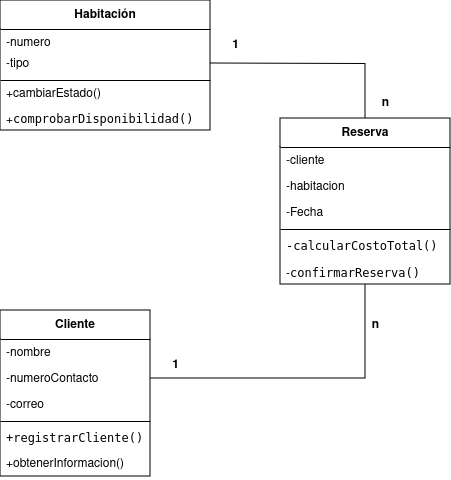
Above: HabitacionHotel.png in gian700/diagrama-de-clases (draw.io), before the change. Source tidied: cells renumbered, new cells last; positions are measured from the earlier drawing's top-left corner, leaving out a move shared by most shapes.
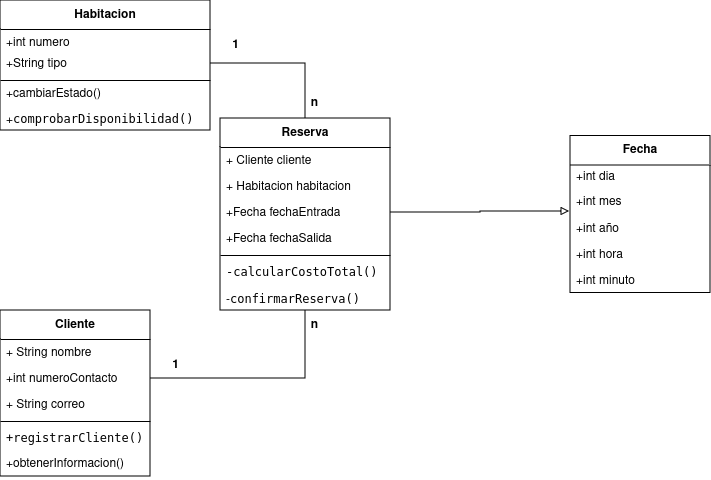
The same file after the commit.

Diff of the diagram source:
```diff
@@ -2,13 +2,13 @@
   <root>
     <mxCell id="0" />
     <mxCell id="1" parent="0" />
-    <mxCell id="2" value="Habitación" style="swimlane;fontStyle=1;align=center;verticalAlign=middle;horizontal=1;startSize=29;html=1;whiteSpace=wrap;" parent="1" vertex="1">
+    <mxCell id="2" value="Habitacion" style="swimlane;fontStyle=1;align=center;verticalAlign=middle;horizontal=1;startSize=29;html=1;whiteSpace=wrap;" parent="1" vertex="1">
       <mxGeometry width="210" height="130" as="geometry" />
     </mxCell>
-    <mxCell id="3" value="&lt;div&gt;-numero&lt;/div&gt;" style="text;strokeColor=none;fillColor=none;align=left;verticalAlign=top;spacingLeft=4;spacingRight=4;overflow=hidden;whiteSpace=wrap;html=1;" parent="2" vertex="1">
+    <mxCell id="3" value="&lt;div&gt;+int numero&lt;/div&gt;" style="text;strokeColor=none;fillColor=none;align=left;verticalAlign=top;spacingLeft=4;spacingRight=4;overflow=hidden;whiteSpace=wrap;html=1;" parent="2" vertex="1">
       <mxGeometry y="29" width="210" height="21" as="geometry" />
     </mxCell>
-    <mxCell id="4" value="-tipo" style="text;strokeColor=none;fillColor=none;align=left;verticalAlign=top;spacingLeft=4;spacingRight=4;overflow=hidden;points=[[0,0.5],[1,0.5]];portConstraint=eastwest;whiteSpace=wrap;html=1;" parent="2" vertex="1">
+    <mxCell id="4" value="+String tipo" style="text;strokeColor=none;fillColor=none;align=left;verticalAlign=top;spacingLeft=4;spacingRight=4;overflow=hidden;points=[[0,0.5],[1,0.5]];portConstraint=eastwest;whiteSpace=wrap;html=1;" parent="2" vertex="1">
       <mxGeometry y="50" width="210" height="26" as="geometry" />
     </mxCell>
     <mxCell id="5" style="line;strokeWidth=1;fillColor=none;align=left;verticalAlign=middle;spacingTop=-1;spacingLeft=3;spacingRight=3;labelPosition=right;strokeColor=inherit;" parent="2" vertex="1">
@@ -23,13 +23,13 @@
     <mxCell id="8" value="Cliente" style="swimlane;fontStyle=1;align=center;verticalAlign=middle;horizontal=1;startSize=29;html=1;whiteSpace=wrap;" parent="1" vertex="1">
       <mxGeometry y="310" width="150" height="166" as="geometry" />
     </mxCell>
-    <mxCell id="9" value="-nombre" style="text;strokeColor=none;fillColor=none;align=left;verticalAlign=top;spacingLeft=4;spacingRight=4;overflow=hidden;whiteSpace=wrap;html=1;" parent="8" vertex="1">
+    <mxCell id="9" value="+ String nombre" style="text;strokeColor=none;fillColor=none;align=left;verticalAlign=top;spacingLeft=4;spacingRight=4;overflow=hidden;whiteSpace=wrap;html=1;" parent="8" vertex="1">
       <mxGeometry y="29" width="150" height="26" as="geometry" />
     </mxCell>
-    <mxCell id="10" value="-numeroContacto" style="text;strokeColor=none;fillColor=none;align=left;verticalAlign=top;spacingLeft=4;spacingRight=4;overflow=hidden;points=[[0,0.5],[1,0.5]];portConstraint=eastwest;whiteSpace=wrap;html=1;" parent="8" vertex="1">
+    <mxCell id="10" value="+int numeroContacto" style="text;strokeColor=none;fillColor=none;align=left;verticalAlign=top;spacingLeft=4;spacingRight=4;overflow=hidden;points=[[0,0.5],[1,0.5]];portConstraint=eastwest;whiteSpace=wrap;html=1;" parent="8" vertex="1">
       <mxGeometry y="55" width="150" height="26" as="geometry" />
     </mxCell>
-    <mxCell id="11" value="-correo" style="text;strokeColor=none;fillColor=none;align=left;verticalAlign=top;spacingLeft=4;spacingRight=4;overflow=hidden;whiteSpace=wrap;html=1;" parent="8" vertex="1">
+    <mxCell id="11" value="+ String correo" style="text;strokeColor=none;fillColor=none;align=left;verticalAlign=top;spacingLeft=4;spacingRight=4;overflow=hidden;whiteSpace=wrap;html=1;" parent="8" vertex="1">
       <mxGeometry y="81" width="150" height="26" as="geometry" />
     </mxCell>
     <mxCell id="12" style="line;strokeWidth=1;fillColor=none;align=left;verticalAlign=middle;spacingTop=-1;spacingLeft=3;spacingRight=3;labelPosition=right;strokeColor=inherit;" parent="8" vertex="1">
@@ -42,31 +42,29 @@
       <mxGeometry y="140" width="150" height="26" as="geometry" />
     </mxCell>
     <mxCell id="15" value="Reserva" style="swimlane;fontStyle=1;align=center;verticalAlign=middle;horizontal=1;startSize=29;html=1;whiteSpace=wrap;" parent="1" vertex="1">
-      <mxGeometry x="280" y="118" width="170" height="166" as="geometry" />
+      <mxGeometry x="220" y="118" width="170" height="192" as="geometry" />
     </mxCell>
-    <mxCell id="16" value="-cliente" style="text;strokeColor=none;fillColor=none;align=left;verticalAlign=top;spacingLeft=4;spacingRight=4;overflow=hidden;whiteSpace=wrap;html=1;" parent="15" vertex="1">
+    <mxCell id="16" value="+ Cliente cliente" style="text;strokeColor=none;fillColor=none;align=left;verticalAlign=top;spacingLeft=4;spacingRight=4;overflow=hidden;whiteSpace=wrap;html=1;" parent="15" vertex="1">
       <mxGeometry y="29" width="170" height="26" as="geometry" />
     </mxCell>
-    <mxCell id="17" value="&lt;div&gt;-habitacion&lt;/div&gt;" style="text;strokeColor=none;fillColor=none;align=left;verticalAlign=top;spacingLeft=4;spacingRight=4;overflow=hidden;whiteSpace=wrap;html=1;" parent="15" vertex="1">
+    <mxCell id="17" value="&lt;div&gt;+ Habitacion habitacion&lt;/div&gt;" style="text;strokeColor=none;fillColor=none;align=left;verticalAlign=top;spacingLeft=4;spacingRight=4;overflow=hidden;whiteSpace=wrap;html=1;" parent="15" vertex="1">
       <mxGeometry y="55" width="170" height="26" as="geometry" />
     </mxCell>
-    <mxCell id="18" value="-Fecha" style="text;strokeColor=none;fillColor=none;align=left;verticalAlign=top;spacingLeft=4;spacingRight=4;overflow=hidden;points=[[0,0.5],[1,0.5]];portConstraint=eastwest;whiteSpace=wrap;html=1;" parent="15" vertex="1">
+    <mxCell id="18" value="+Fecha fechaEntrada" style="text;strokeColor=none;fillColor=none;align=left;verticalAlign=top;spacingLeft=4;spacingRight=4;overflow=hidden;points=[[0,0.5],[1,0.5]];portConstraint=eastwest;whiteSpace=wrap;html=1;" parent="15" vertex="1">
       <mxGeometry y="81" width="170" height="26" as="geometry" />
     </mxCell>
+    <mxCell id="28" value="+Fecha fechaSalida" style="text;strokeColor=none;fillColor=none;align=left;verticalAlign=top;spacingLeft=4;spacingRight=4;overflow=hidden;whiteSpace=wrap;html=1;" parent="15" vertex="1">
+      <mxGeometry y="107" width="170" height="26" as="geometry" />
+    </mxCell>
     <mxCell id="19" style="line;strokeWidth=1;fillColor=none;align=left;verticalAlign=middle;spacingTop=-1;spacingLeft=3;spacingRight=3;labelPosition=right;strokeColor=inherit;" parent="15" vertex="1">
-      <mxGeometry y="107" width="170" height="8" as="geometry" />
+      <mxGeometry y="133" width="170" height="8" as="geometry" />
     </mxCell>
     <mxCell id="20" value="&lt;code&gt;-calcularCostoTotal()&lt;/code&gt;" style="text;html=1;strokeColor=none;fillColor=none;align=left;verticalAlign=middle;spacingLeft=4;spacingRight=4;overflow=hidden;whiteSpace=wrap;" parent="15" vertex="1">
-      <mxGeometry y="115" width="170" height="25" as="geometry" />
+      <mxGeometry y="141" width="170" height="25" as="geometry" />
     </mxCell>
     <mxCell id="21" value="-&lt;code&gt;confirmarReserva()&lt;/code&gt;" style="text;strokeColor=none;fillColor=none;align=left;verticalAlign=top;spacingLeft=4;spacingRight=4;overflow=hidden;whiteSpace=wrap;html=1;" parent="15" vertex="1">
-      <mxGeometry y="140" width="170" height="26" as="geometry" />
+      <mxGeometry y="166" width="170" height="26" as="geometry" />
     </mxCell>
-    <mxCell id="22" style="edgeStyle=orthogonalEdgeStyle;rounded=0;jettySize=auto;html=1;entryX=0.5;entryY=0;entryDx=0;entryDy=0;endArrow=none;endFill=0;" parent="1" edge="1" target="15">
-      <mxGeometry relative="1" as="geometry">
-        <mxPoint x="210" y="63" as="sourcePoint" />
-      </mxGeometry>
-    </mxCell>
     <mxCell id="23" style="edgeStyle=orthogonalEdgeStyle;rounded=0;jettySize=auto;html=1;entryX=0.5;entryY=1;entryDx=0;entryDy=0;endArrow=none;endFill=0;" parent="1" edge="1" source="10" target="15">
       <mxGeometry relative="1" as="geometry" />
     </mxCell>
@@ -77,10 +75,34 @@
       <mxGeometry x="160" y="350" width="30" height="30" as="geometry" />
     </mxCell>
     <mxCell id="26" value="&lt;b&gt;n&lt;/b&gt;" style="text;html=1;align=center;verticalAlign=middle;strokeColor=none;fillColor=none;" parent="1" vertex="1">
-      <mxGeometry x="360" y="310" width="30" height="30" as="geometry" />
+      <mxGeometry x="299" y="310" width="30" height="30" as="geometry" />
     </mxCell>
+    <mxCell id="29" style="edgeStyle=orthogonalEdgeStyle;rounded=0;jettySize=auto;html=1;entryX=0.5;entryY=0;entryDx=0;entryDy=0;endArrow=none;endFill=0;" parent="1" edge="1" source="4" target="15">
+      <mxGeometry relative="1" as="geometry" />
+    </mxCell>
     <mxCell id="27" value="&lt;b&gt;n&lt;/b&gt;" style="text;html=1;align=center;verticalAlign=middle;strokeColor=none;fillColor=none;" parent="1" vertex="1">
-      <mxGeometry x="370" y="88" width="30" height="30" as="geometry" />
+      <mxGeometry x="299" y="88" width="30" height="30" as="geometry" />
     </mxCell>
+    <mxCell id="30" value="Fecha" style="swimlane;fontStyle=1;align=center;verticalAlign=middle;horizontal=1;startSize=29;html=1;whiteSpace=wrap;" parent="1" vertex="1">
+      <mxGeometry x="570" y="135.5" width="140" height="157" as="geometry" />
+    </mxCell>
+    <mxCell id="31" value="+int dia" style="text;html=1;strokeColor=none;fillColor=none;align=left;verticalAlign=middle;spacingLeft=4;spacingRight=4;overflow=hidden;whiteSpace=wrap;" parent="30" vertex="1">
+      <mxGeometry y="29" width="140" height="25" as="geometry" />
+    </mxCell>
+    <mxCell id="32" value="+int mes" style="text;html=1;strokeColor=none;fillColor=none;align=left;verticalAlign=middle;spacingLeft=4;spacingRight=4;overflow=hidden;points=[[0,0.5],[1,0.5]];portConstraint=eastwest;whiteSpace=wrap;" parent="30" vertex="1">
+      <mxGeometry y="54" width="140" height="25" as="geometry" />
+    </mxCell>
+    <mxCell id="33" value="+int año" style="text;strokeColor=none;fillColor=none;align=left;verticalAlign=top;spacingLeft=4;spacingRight=4;overflow=hidden;whiteSpace=wrap;html=1;" parent="30" vertex="1">
+      <mxGeometry y="79" width="140" height="26" as="geometry" />
+    </mxCell>
+    <mxCell id="34" value="+int hora" style="text;strokeColor=none;fillColor=none;align=left;verticalAlign=top;spacingLeft=4;spacingRight=4;overflow=hidden;whiteSpace=wrap;html=1;" parent="30" vertex="1">
+      <mxGeometry y="105" width="140" height="26" as="geometry" />
+    </mxCell>
+    <mxCell id="35" value="+int minuto" style="text;strokeColor=none;fillColor=none;align=left;verticalAlign=top;spacingLeft=4;spacingRight=4;overflow=hidden;whiteSpace=wrap;html=1;" parent="30" vertex="1">
+      <mxGeometry y="131" width="140" height="26" as="geometry" />
+    </mxCell>
+    <mxCell id="36" style="edgeStyle=orthogonalEdgeStyle;rounded=0;jettySize=auto;html=1;entryX=1;entryY=0.5;entryDx=0;entryDy=0;exitX=-0.007;exitY=0.86;exitDx=0;exitDy=0;exitPerimeter=0;endArrow=none;endFill=0;startArrow=block;startFill=0;" parent="1" edge="1" source="32" target="18">
+      <mxGeometry relative="1" as="geometry" />
+    </mxCell>
   </root>
 </mxGraphModel>
```
